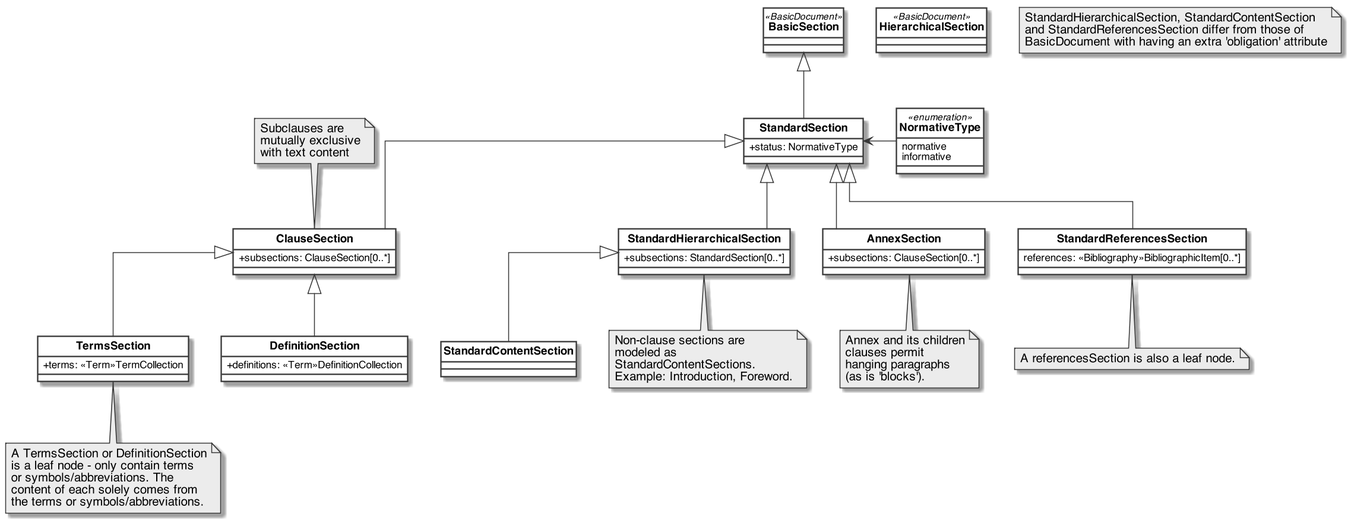
Above: standoc/images/StandardDoc_Sections.png in metanorma/standoc-models (PlantUML), before the change.
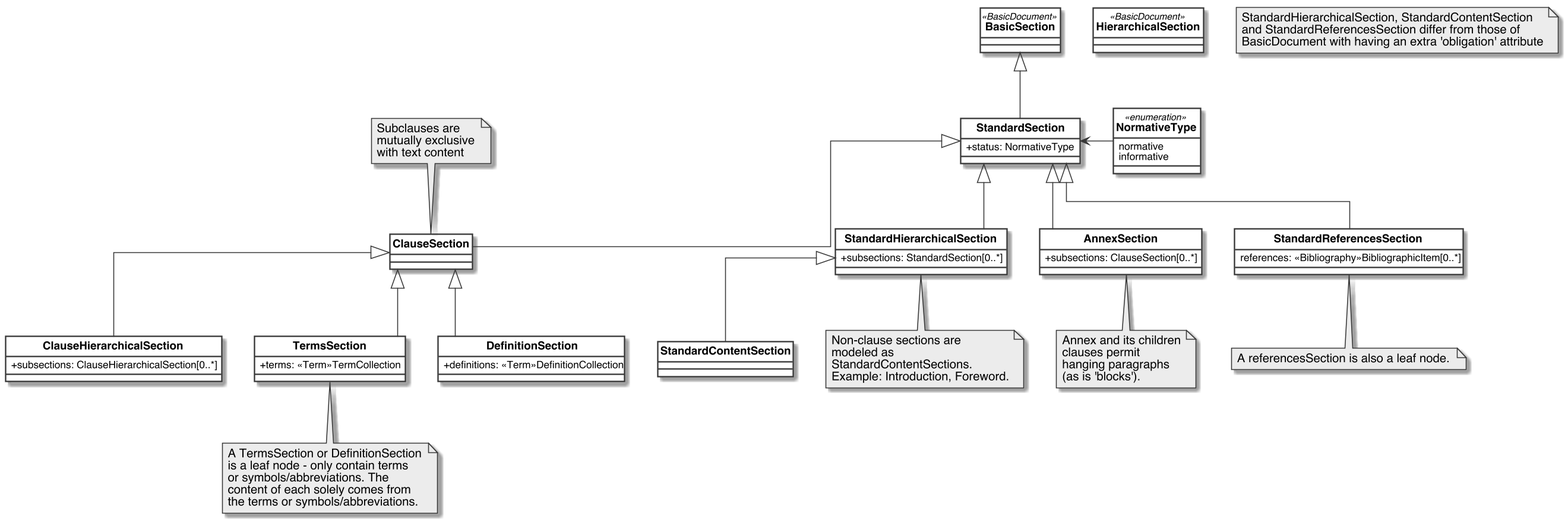
Later version of the same file.

Change to the diagram source:
```diff
@@ -51,7 +51,10 @@
 }
 
 class ClauseSection{
-    +subsections: ClauseSection[0..*]
+}
+
+class ClauseHierarchicalSection{
+    +subsections: ClauseHierarchicalSection[0..*]
 }
 
 class TermsSection{
@@ -94,5 +97,6 @@
 
 ClauseSection <|-- TermsSection
 ClauseSection <|-- DefinitionSection
+ClauseSection <|-- ClauseHierarchicalSection
 
 @enduml
```
